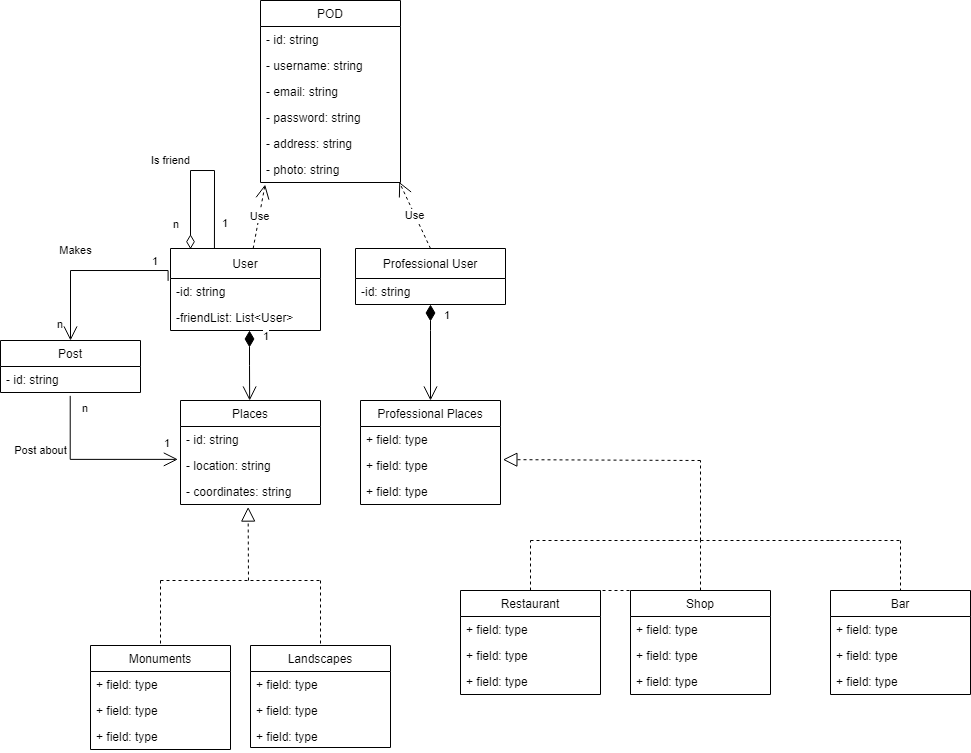
Arquisoft/lomap_es5c keeps this draw.io diagram as docs/images/modeloDominio.png. Above is the earlier version. Source tidied: cells renumbered, new cells last; positions are measured from the earlier drawing's top-left corner, leaving out a move shared by most shapes.
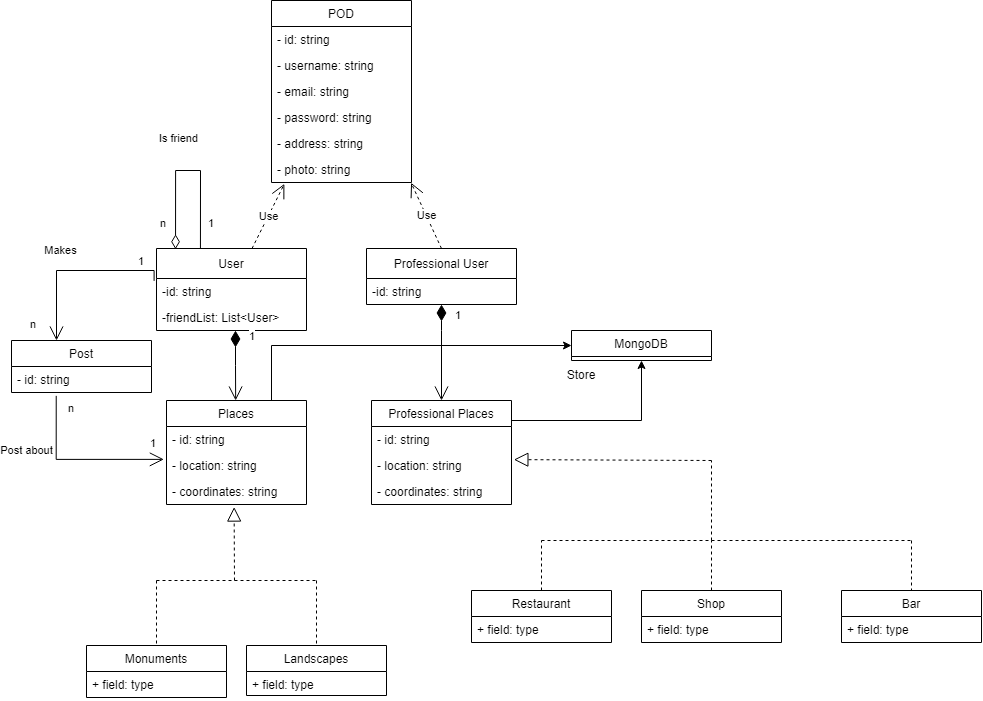
After the commit.

What changed in the source:
```diff
@@ -3,7 +3,7 @@
     <mxCell id="0" />
     <mxCell id="1" parent="0" />
     <mxCell id="2" value="User" style="swimlane;fontStyle=0;horizontal=1;startSize=30;fillColor=none;" parent="1" vertex="1">
-      <mxGeometry x="170" y="248" width="150" height="82" as="geometry" />
+      <mxGeometry x="145" y="248" width="150" height="82" as="geometry" />
     </mxCell>
     <mxCell id="3" value="-id: string" style="text;strokeColor=none;fillColor=none;align=left;verticalAlign=top;spacingLeft=4;spacingRight=4;overflow=hidden;" parent="2" vertex="1">
       <mxGeometry y="30" width="150" height="26" as="geometry" />
@@ -12,7 +12,7 @@
       <mxGeometry y="56" width="150" height="26" as="geometry" />
     </mxCell>
     <mxCell id="5" value="Places" style="swimlane;fontStyle=0;horizontal=1;startSize=26;fillColor=none;" parent="1" vertex="1">
-      <mxGeometry x="180" y="400" width="140" height="104" as="geometry" />
+      <mxGeometry x="155" y="400" width="140" height="104" as="geometry" />
     </mxCell>
     <mxCell id="6" value="- id: string" style="text;strokeColor=none;fillColor=none;align=left;verticalAlign=top;spacingLeft=4;spacingRight=4;overflow=hidden;" parent="5" vertex="1">
       <mxGeometry y="26" width="140" height="26" as="geometry" />
@@ -44,93 +44,63 @@
     <mxCell id="15" value="- photo: string" style="text;strokeColor=none;fillColor=none;align=left;verticalAlign=top;spacingLeft=4;spacingRight=4;overflow=hidden;points=[[0,0.5],[1,0.5]];portConstraint=eastwest;" parent="9" vertex="1">
       <mxGeometry y="156" width="140" height="26" as="geometry" />
     </mxCell>
-    <mxCell id="16" value="Use" style="endArrow=open;endSize=12;dashed=1;html=1;rounded=0;entryX=0.033;entryY=1.081;entryDx=0;entryDy=0;entryPerimeter=0;" parent="1" edge="1" source="2" target="15">
+    <mxCell id="16" value="Use" style="endArrow=open;endSize=12;dashed=1;html=1;rounded=0;entryX=0.092;entryY=1.052;entryDx=0;entryDy=0;entryPerimeter=0;" parent="1" edge="1" source="2" target="15">
       <mxGeometry relative="1" as="geometry" />
     </mxCell>
     <mxCell id="17" value="Restaurant" style="swimlane;fontStyle=0;horizontal=1;startSize=26;fillColor=none;" parent="1" vertex="1">
-      <mxGeometry x="460" y="590" width="140" height="104" as="geometry" />
+      <mxGeometry x="460" y="590" width="140" height="52" as="geometry" />
     </mxCell>
-    <mxCell id="18" value="+ field: type" style="text;strokeColor=none;fillColor=none;align=left;verticalAlign=top;spacingLeft=4;spacingRight=4;overflow=hidden;" parent="17" vertex="1">
-      <mxGeometry y="26" width="140" height="26" as="geometry" />
-    </mxCell>
     <mxCell id="19" value="+ field: type" style="text;strokeColor=none;fillColor=none;align=left;verticalAlign=top;spacingLeft=4;spacingRight=4;overflow=hidden;" parent="17" vertex="1">
-      <mxGeometry y="52" width="140" height="26" as="geometry" />
+      <mxGeometry y="26" width="140" height="26" as="geometry" />
     </mxCell>
-    <mxCell id="20" value="+ field: type" style="text;strokeColor=none;fillColor=none;align=left;verticalAlign=top;spacingLeft=4;spacingRight=4;overflow=hidden;" parent="17" vertex="1">
-      <mxGeometry y="78" width="140" height="26" as="geometry" />
-    </mxCell>
     <mxCell id="21" value="Professional User" style="swimlane;fontStyle=0;horizontal=1;startSize=30;fillColor=none;" parent="1" vertex="1">
       <mxGeometry x="355" y="248" width="150" height="56" as="geometry" />
     </mxCell>
     <mxCell id="22" value="-id: string" style="text;strokeColor=none;fillColor=none;align=left;verticalAlign=top;spacingLeft=4;spacingRight=4;overflow=hidden;points=[[0,0.5],[1,0.5]];portConstraint=eastwest;" parent="21" vertex="1">
       <mxGeometry y="30" width="150" height="26" as="geometry" />
     </mxCell>
-    <mxCell id="23" value="Use" style="endArrow=open;endSize=12;dashed=1;html=1;rounded=0;exitX=0.5;exitY=0;exitDx=0;exitDy=0;entryX=0.991;entryY=0.979;entryDx=0;entryDy=0;entryPerimeter=0;" parent="1" edge="1" source="21" target="15">
+    <mxCell id="23" value="Use" style="endArrow=open;endSize=12;dashed=1;html=1;rounded=0;exitX=0.5;exitY=0;exitDx=0;exitDy=0;entryX=0.997;entryY=1.009;entryDx=0;entryDy=0;entryPerimeter=0;" parent="1" edge="1" source="21" target="15">
       <mxGeometry relative="1" as="geometry" />
     </mxCell>
     <mxCell id="24" value="Shop" style="swimlane;fontStyle=0;horizontal=1;startSize=26;fillColor=none;" parent="1" vertex="1">
-      <mxGeometry x="630" y="590" width="140" height="104" as="geometry" />
+      <mxGeometry x="630" y="590" width="140" height="52" as="geometry" />
     </mxCell>
-    <mxCell id="25" value="+ field: type" style="text;strokeColor=none;fillColor=none;align=left;verticalAlign=top;spacingLeft=4;spacingRight=4;overflow=hidden;" parent="24" vertex="1">
-      <mxGeometry y="26" width="140" height="26" as="geometry" />
-    </mxCell>
     <mxCell id="26" value="+ field: type" style="text;strokeColor=none;fillColor=none;align=left;verticalAlign=top;spacingLeft=4;spacingRight=4;overflow=hidden;" parent="24" vertex="1">
-      <mxGeometry y="52" width="140" height="26" as="geometry" />
+      <mxGeometry y="26" width="140" height="26" as="geometry" />
     </mxCell>
-    <mxCell id="27" value="+ field: type" style="text;strokeColor=none;fillColor=none;align=left;verticalAlign=top;spacingLeft=4;spacingRight=4;overflow=hidden;" parent="24" vertex="1">
-      <mxGeometry y="78" width="140" height="26" as="geometry" />
-    </mxCell>
     <mxCell id="28" value="Landscapes" style="swimlane;fontStyle=0;horizontal=1;startSize=26;fillColor=none;" parent="1" vertex="1">
-      <mxGeometry x="250" y="645" width="140" height="102" as="geometry" />
+      <mxGeometry x="235" y="645" width="140" height="50" as="geometry" />
     </mxCell>
-    <mxCell id="29" value="+ field: type" style="text;strokeColor=none;fillColor=none;align=left;verticalAlign=top;spacingLeft=4;spacingRight=4;overflow=hidden;" parent="28" vertex="1">
-      <mxGeometry y="26" width="140" height="26" as="geometry" />
-    </mxCell>
-    <mxCell id="30" value="+ field: type" style="text;strokeColor=none;fillColor=none;align=left;verticalAlign=top;spacingLeft=4;spacingRight=4;overflow=hidden;" parent="28" vertex="1">
-      <mxGeometry y="52" width="140" height="26" as="geometry" />
-    </mxCell>
     <mxCell id="31" value="+ field: type" style="text;strokeColor=none;fillColor=none;align=left;verticalAlign=top;spacingLeft=4;spacingRight=4;overflow=hidden;" parent="28" vertex="1">
-      <mxGeometry y="78" width="140" height="24" as="geometry" />
+      <mxGeometry y="26" width="140" height="24" as="geometry" />
     </mxCell>
     <mxCell id="32" value="Monuments" style="swimlane;fontStyle=0;horizontal=1;startSize=26;fillColor=none;" parent="1" vertex="1">
-      <mxGeometry x="90" y="645" width="140" height="104" as="geometry" />
+      <mxGeometry x="75" y="645" width="140" height="52" as="geometry" />
     </mxCell>
-    <mxCell id="33" value="+ field: type" style="text;strokeColor=none;fillColor=none;align=left;verticalAlign=top;spacingLeft=4;spacingRight=4;overflow=hidden;" parent="32" vertex="1">
-      <mxGeometry y="26" width="140" height="26" as="geometry" />
-    </mxCell>
     <mxCell id="34" value="+ field: type" style="text;strokeColor=none;fillColor=none;align=left;verticalAlign=top;spacingLeft=4;spacingRight=4;overflow=hidden;" parent="32" vertex="1">
-      <mxGeometry y="52" width="140" height="26" as="geometry" />
+      <mxGeometry y="26" width="140" height="26" as="geometry" />
     </mxCell>
-    <mxCell id="35" value="+ field: type" style="text;strokeColor=none;fillColor=none;align=left;verticalAlign=top;spacingLeft=4;spacingRight=4;overflow=hidden;" parent="32" vertex="1">
-      <mxGeometry y="78" width="140" height="26" as="geometry" />
-    </mxCell>
     <mxCell id="36" value="Bar" style="swimlane;fontStyle=0;horizontal=1;startSize=26;fillColor=none;" parent="1" vertex="1">
-      <mxGeometry x="830" y="590" width="140" height="104" as="geometry" />
+      <mxGeometry x="830" y="590" width="140" height="52" as="geometry" />
     </mxCell>
     <mxCell id="37" value="+ field: type" style="text;strokeColor=none;fillColor=none;align=left;verticalAlign=top;spacingLeft=4;spacingRight=4;overflow=hidden;" parent="36" vertex="1">
       <mxGeometry y="26" width="140" height="26" as="geometry" />
     </mxCell>
-    <mxCell id="38" value="+ field: type" style="text;strokeColor=none;fillColor=none;align=left;verticalAlign=top;spacingLeft=4;spacingRight=4;overflow=hidden;" parent="36" vertex="1">
-      <mxGeometry y="52" width="140" height="26" as="geometry" />
-    </mxCell>
-    <mxCell id="39" value="+ field: type" style="text;strokeColor=none;fillColor=none;align=left;verticalAlign=top;spacingLeft=4;spacingRight=4;overflow=hidden;" parent="36" vertex="1">
-      <mxGeometry y="78" width="140" height="26" as="geometry" />
-    </mxCell>
     <mxCell id="40" value="Professional Places" style="swimlane;fontStyle=0;horizontal=1;startSize=26;fillColor=none;" parent="1" vertex="1">
       <mxGeometry x="360" y="400" width="140" height="104" as="geometry" />
     </mxCell>
-    <mxCell id="41" value="+ field: type" style="text;strokeColor=none;fillColor=none;align=left;verticalAlign=top;spacingLeft=4;spacingRight=4;overflow=hidden;" parent="40" vertex="1">
+    <mxCell id="41" value="- id: string&#10;" style="text;strokeColor=none;fillColor=none;align=left;verticalAlign=top;spacingLeft=4;spacingRight=4;overflow=hidden;" parent="40" vertex="1">
       <mxGeometry y="26" width="140" height="26" as="geometry" />
     </mxCell>
-    <mxCell id="42" value="+ field: type" style="text;strokeColor=none;fillColor=none;align=left;verticalAlign=top;spacingLeft=4;spacingRight=4;overflow=hidden;points=[[0,0.5],[1,0.5]];portConstraint=eastwest;" parent="40" vertex="1">
+    <mxCell id="42" value="- location: string" style="text;strokeColor=none;fillColor=none;align=left;verticalAlign=top;spacingLeft=4;spacingRight=4;overflow=hidden;points=[[0,0.5],[1,0.5]];portConstraint=eastwest;" parent="40" vertex="1">
       <mxGeometry y="52" width="140" height="26" as="geometry" />
     </mxCell>
-    <mxCell id="43" value="+ field: type" style="text;strokeColor=none;fillColor=none;align=left;verticalAlign=top;spacingLeft=4;spacingRight=4;overflow=hidden;" parent="40" vertex="1">
+    <mxCell id="43" value="- coordinates: string" style="text;strokeColor=none;fillColor=none;align=left;verticalAlign=top;spacingLeft=4;spacingRight=4;overflow=hidden;" parent="40" vertex="1">
       <mxGeometry y="78" width="140" height="26" as="geometry" />
     </mxCell>
     <mxCell id="44" value="1" style="endArrow=open;html=1;endSize=12;startArrow=diamondThin;startSize=14;startFill=1;edgeStyle=orthogonalEdgeStyle;align=left;verticalAlign=bottom;rounded=0;entryX=0.494;entryY=0;entryDx=0;entryDy=0;entryPerimeter=0;" parent="1" edge="1" target="5">
       <mxGeometry x="-0.58" y="12" relative="1" as="geometry">
-        <mxPoint x="249" y="330" as="sourcePoint" />
+        <mxPoint x="224" y="330" as="sourcePoint" />
       </mxGeometry>
     </mxCell>
     <mxCell id="45" value="1" style="endArrow=open;html=1;endSize=12;startArrow=diamondThin;startSize=14;startFill=1;edgeStyle=orthogonalEdgeStyle;align=left;verticalAlign=bottom;rounded=0;entryX=0.5;entryY=0;entryDx=0;entryDy=0;" parent="1" edge="1" source="22" target="40">
@@ -179,12 +149,6 @@
         <mxPoint x="900" y="540" as="sourcePoint" />
       </mxGeometry>
     </mxCell>
-    <mxCell id="53" style="endArrow=none;endFill=0;endSize=24;html=1;rounded=0;shadow=0;dashed=1;" parent="1" edge="1">
-      <mxGeometry relative="1" as="geometry">
-        <mxPoint x="560" y="590" as="sourcePoint" />
-        <mxPoint x="720" y="590" as="targetPoint" />
-      </mxGeometry>
-    </mxCell>
     <mxCell id="54" style="endArrow=none;endFill=0;endSize=24;html=1;rounded=0;shadow=0;dashed=1;" parent="1" edge="1">
       <mxGeometry relative="1" as="geometry">
         <mxPoint x="700" y="540" as="sourcePoint" />
@@ -193,23 +157,23 @@
     </mxCell>
     <mxCell id="55" style="endArrow=block;dashed=1;endFill=0;endSize=12;html=1;rounded=0;shadow=0;entryX=0.483;entryY=1.098;entryDx=0;entryDy=0;entryPerimeter=0;" parent="1" edge="1" target="8">
       <mxGeometry relative="1" as="geometry">
-        <mxPoint x="248" y="580" as="sourcePoint" />
+        <mxPoint x="223" y="580" as="sourcePoint" />
       </mxGeometry>
     </mxCell>
     <mxCell id="56" style="endArrow=none;endFill=0;endSize=24;html=1;rounded=0;shadow=0;dashed=1;" parent="1" edge="1">
       <mxGeometry relative="1" as="geometry">
-        <mxPoint x="160" y="580" as="sourcePoint" />
-        <mxPoint x="320" y="580" as="targetPoint" />
+        <mxPoint x="145" y="580" as="sourcePoint" />
+        <mxPoint x="305" y="580" as="targetPoint" />
       </mxGeometry>
     </mxCell>
     <mxCell id="57" style="endArrow=none;endFill=0;endSize=24;html=1;rounded=0;shadow=0;dashed=1;entryX=0.5;entryY=0;entryDx=0;entryDy=0;" parent="1" edge="1" target="32">
       <mxGeometry relative="1" as="geometry">
-        <mxPoint x="160" y="580" as="sourcePoint" />
+        <mxPoint x="145" y="580" as="sourcePoint" />
       </mxGeometry>
     </mxCell>
     <mxCell id="58" style="endArrow=none;endFill=0;endSize=24;html=1;rounded=0;shadow=0;dashed=1;entryX=0.5;entryY=0;entryDx=0;entryDy=0;" parent="1" edge="1" target="28">
       <mxGeometry relative="1" as="geometry">
-        <mxPoint x="320" y="580" as="sourcePoint" />
+        <mxPoint x="305" y="580" as="sourcePoint" />
       </mxGeometry>
     </mxCell>
     <mxCell id="59" value="Post" style="swimlane;fontStyle=0;horizontal=1;startSize=26;fillColor=none;" parent="1" vertex="1">
@@ -218,10 +182,11 @@
     <mxCell id="60" value="- id: string" style="text;strokeColor=none;fillColor=none;align=left;verticalAlign=top;spacingLeft=4;spacingRight=4;overflow=hidden;points=[[0,0.5],[1,0.5]];portConstraint=eastwest;" parent="59" vertex="1">
       <mxGeometry y="26" width="140" height="26" as="geometry" />
     </mxCell>
-    <mxCell id="61" value="Post about" style="endArrow=open;html=1;endSize=12;startArrow=none;startSize=14;startFill=0;edgeStyle=orthogonalEdgeStyle;rounded=0;entryX=-0.019;entryY=0.265;entryDx=0;entryDy=0;entryPerimeter=0;exitX=0.498;exitY=1.129;exitDx=0;exitDy=0;exitPerimeter=0;endFill=0;" parent="1" edge="1" source="60" target="7">
+    <mxCell id="61" value="Post about" style="endArrow=open;html=1;endSize=12;startArrow=none;startSize=14;startFill=0;edgeStyle=orthogonalEdgeStyle;rounded=0;entryX=-0.019;entryY=0.265;entryDx=0;entryDy=0;entryPerimeter=0;exitX=0.498;exitY=1.129;exitDx=0;exitDy=0;exitPerimeter=0;endFill=0;" parent="1" edge="1" target="7">
       <mxGeometry x="-0.36" y="-30" relative="1" as="geometry">
+        <mxPoint x="44.7" y="395.4" as="sourcePoint" />
         <Array as="points">
-          <mxPoint x="70" y="459" />
+          <mxPoint x="45" y="459" />
         </Array>
       </mxGeometry>
     </mxCell>
@@ -235,27 +200,28 @@
         <mxPoint x="-7" y="-29" as="offset" />
       </mxGeometry>
     </mxCell>
-    <mxCell id="64" value="Makes" style="endArrow=open;html=1;endSize=12;startArrow=none;startSize=14;startFill=0;edgeStyle=orthogonalEdgeStyle;rounded=0;entryX=0.5;entryY=0;entryDx=0;entryDy=0;exitX=-0.016;exitY=0.395;exitDx=0;exitDy=0;exitPerimeter=0;endFill=0;" parent="1" edge="1" source="2" target="59">
+    <mxCell id="64" value="Makes" style="endArrow=open;html=1;endSize=12;startArrow=none;startSize=14;startFill=0;edgeStyle=orthogonalEdgeStyle;rounded=0;entryX=0.5;entryY=0;entryDx=0;entryDy=0;exitX=-0.016;exitY=0.395;exitDx=0;exitDy=0;exitPerimeter=0;endFill=0;" parent="1" edge="1" source="2">
       <mxGeometry x="0.17" y="-20" relative="1" as="geometry">
+        <mxPoint x="45" y="340" as="targetPoint" />
         <Array as="points">
-          <mxPoint x="70" y="270" />
+          <mxPoint x="45" y="270" />
         </Array>
       </mxGeometry>
     </mxCell>
     <mxCell id="65" value="n" style="edgeLabel;html=1;align=right;verticalAlign=top;" parent="64" vertex="1">
       <mxGeometry x="1" relative="1" as="geometry">
-        <mxPoint x="-7" y="-29" as="offset" />
+        <mxPoint x="-20" y="-29" as="offset" />
       </mxGeometry>
     </mxCell>
     <mxCell id="66" value="1" style="edgeLabel;html=1;align=left;verticalAlign=top;" parent="1" vertex="1">
-      <mxGeometry x="150" y="248" as="geometry" />
+      <mxGeometry x="125" y="248" as="geometry" />
     </mxCell>
     <mxCell id="67" value="Is friend" style="endArrow=diamondThin;html=1;endSize=12;startArrow=none;startSize=14;startFill=0;edgeStyle=orthogonalEdgeStyle;rounded=0;entryX=0.127;entryY=0.009;entryDx=0;entryDy=0;exitX=0.293;exitY=-0.002;exitDx=0;exitDy=0;exitPerimeter=0;endFill=0;entryPerimeter=0;" parent="1" edge="1" source="2" target="2">
       <mxGeometry x="0.12" y="-22" relative="1" as="geometry">
         <Array as="points">
-          <mxPoint x="214" y="170" />
-          <mxPoint x="190" y="170" />
-          <mxPoint x="190" y="248" />
+          <mxPoint x="189" y="170" />
+          <mxPoint x="165" y="170" />
+          <mxPoint x="165" y="248" />
         </Array>
         <mxPoint x="2" y="-10" as="offset" />
       </mxGeometry>
@@ -266,7 +232,28 @@
       </mxGeometry>
     </mxCell>
     <mxCell id="69" value="1" style="edgeLabel;html=1;align=left;verticalAlign=top;" parent="1" vertex="1">
-      <mxGeometry x="220" y="210" as="geometry" />
+      <mxGeometry x="195" y="210" as="geometry" />
     </mxCell>
+    <mxCell id="70" value="MongoDB" style="swimlane;fontStyle=0;horizontal=1;startSize=26;fillColor=none;" parent="1" vertex="1">
+      <mxGeometry x="560" y="330" width="140" height="30" as="geometry" />
+    </mxCell>
+    <mxCell id="71" style="endArrow=classic;html=1;rounded=0;entryX=0;entryY=0.5;entryDx=0;entryDy=0;exitX=0.75;exitY=0;exitDx=0;exitDy=0;" parent="1" edge="1" source="5" target="70">
+      <mxGeometry relative="1" as="geometry">
+        <Array as="points">
+          <mxPoint x="260" y="345" />
+        </Array>
+      </mxGeometry>
+    </mxCell>
+    <mxCell id="72" value="Store" style="text;html=1;strokeColor=none;fillColor=none;align=center;verticalAlign=middle;whiteSpace=wrap;rounded=0;" parent="1" vertex="1">
+      <mxGeometry x="540" y="360" width="60" height="30" as="geometry" />
+    </mxCell>
+    <mxCell id="73" style="endArrow=classic;html=1;rounded=0;entryX=0.5;entryY=1;entryDx=0;entryDy=0;" parent="1" edge="1" target="70">
+      <mxGeometry relative="1" as="geometry">
+        <mxPoint x="500" y="420" as="sourcePoint" />
+        <Array as="points">
+          <mxPoint x="630" y="420" />
+        </Array>
+      </mxGeometry>
+    </mxCell>
   </root>
 </mxGraphModel>
```
